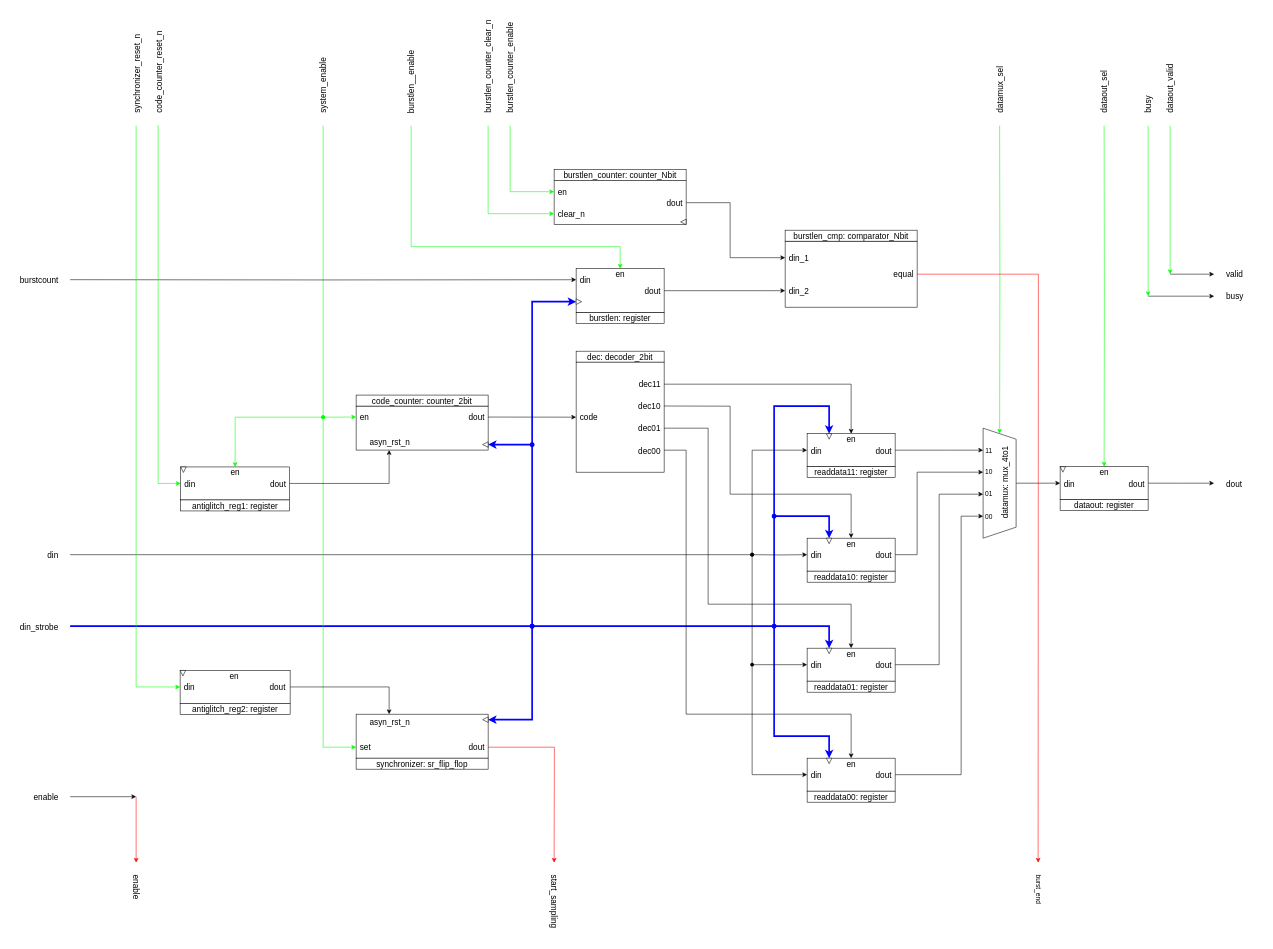
The draw.io diagram page "synchronizer: RTL" (4 of 5) of IP_cores/AvalonMM_to_hRAM/SSRAM_to_hRAM_v1/rtl/SSRAM_to_hRAM.drawio in AndreaBononi/IP_cores, before the edit. Source tidied: cells renumbered, new cells numbered last; positions are measured from the earlier drawing's top-left corner, leaving out a move shared by most shapes. Both pictures are drawn from the tidied source at 55%, with x=0, y=0 at pixel (9, 53).
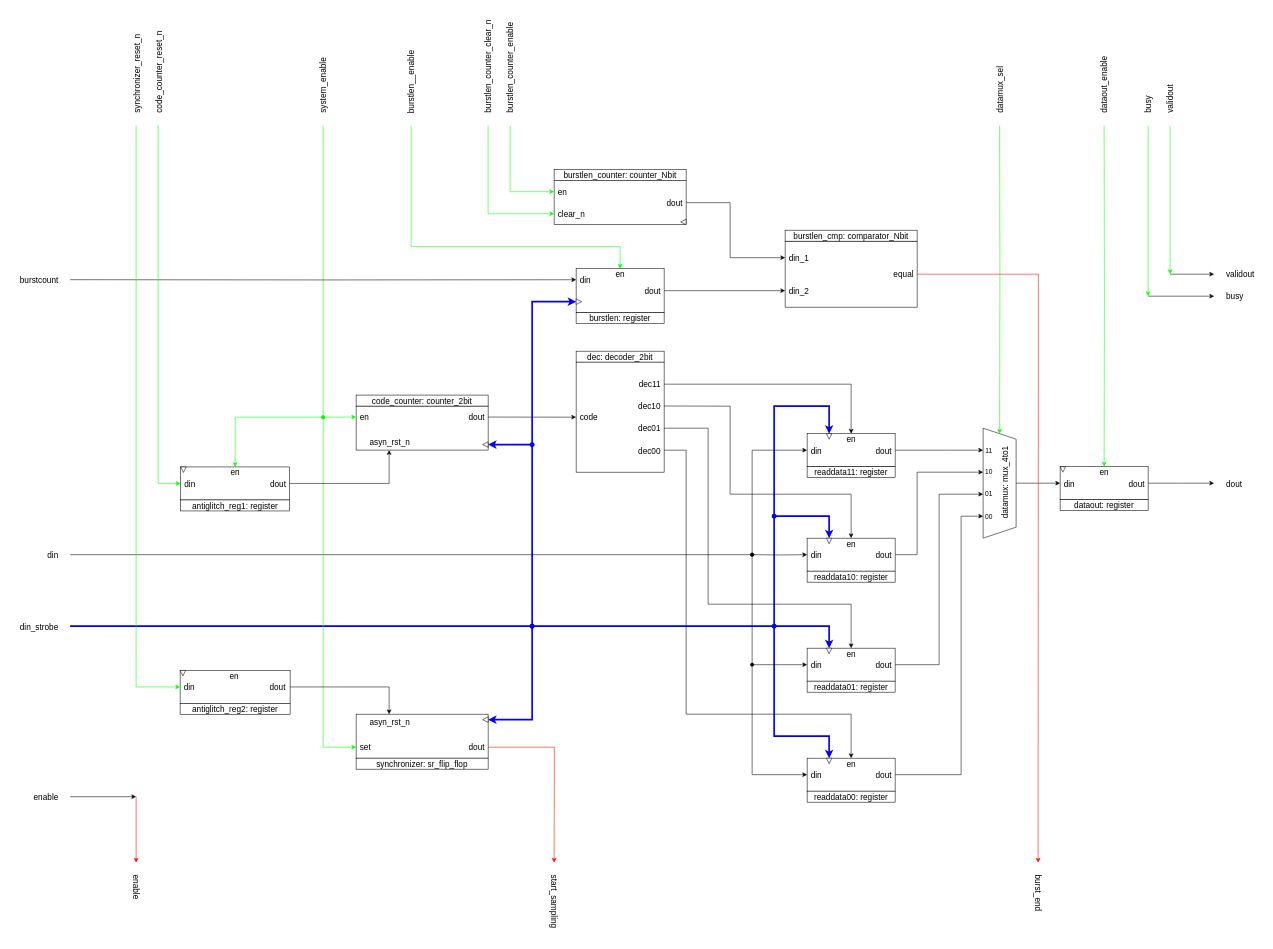
After the change.

Change to the diagram source:
```diff
@@
-    <mxCell id="85" value="&lt;font style=&quot;font-size: 15px;&quot;&gt;dataout_sel&lt;/font&gt;" style="text;html=1;align=left;verticalAlign=middle;strokeColor=none;fillColor=none;rotation=-90;" parent="1" vertex="1">
-      <mxGeometry x="1940" y="45" width="100" height="30" as="geometry" />
+    <mxCell id="85" value="&lt;font style=&quot;font-size: 15px;&quot;&gt;dataout_enable&lt;/font&gt;" style="text;html=1;align=left;verticalAlign=middle;strokeColor=none;fillColor=none;rotation=-90;" parent="1" vertex="1">
+      <mxGeometry x="1925" y="30" width="130" height="30" as="geometry" />
     </mxCell>
@@
-    <mxCell id="89" value="&lt;font style=&quot;font-size: 15px;&quot;&gt;valid&lt;/font&gt;" style="text;html=1;align=left;verticalAlign=middle;strokeColor=none;fillColor=none;" parent="1" vertex="1">
-      <mxGeometry x="2210" y="386" width="50" height="30" as="geometry" />
+    <mxCell id="89" value="&lt;font style=&quot;font-size: 15px;&quot;&gt;validout&lt;/font&gt;" style="text;html=1;align=left;verticalAlign=middle;strokeColor=none;fillColor=none;" parent="1" vertex="1">
+      <mxGeometry x="2210" y="386" width="70" height="30" as="geometry" />
     </mxCell>
-    <mxCell id="90" value="&lt;font style=&quot;font-size: 15px;&quot;&gt;dataout_valid&lt;/font&gt;" style="text;html=1;align=left;verticalAlign=middle;strokeColor=none;fillColor=none;rotation=-90;" parent="1" vertex="1">
-      <mxGeometry x="2055" y="40" width="110" height="30" as="geometry" />
+    <mxCell id="90" value="&lt;font style=&quot;font-size: 15px;&quot;&gt;validout&lt;/font&gt;" style="text;html=1;align=left;verticalAlign=middle;strokeColor=none;fillColor=none;rotation=-90;" parent="1" vertex="1">
+      <mxGeometry x="2074" y="60" width="70" height="30" as="geometry" />
     </mxCell>
@@
-    <mxCell id="115" value="burst_end" style="text;html=1;align=left;verticalAlign=middle;strokeColor=none;fillColor=none;rotation=90;" parent="1" vertex="1">
-      <mxGeometry x="1830" y="1516" width="80" height="30" as="geometry" />
+    <mxCell id="115" value="&lt;font style=&quot;font-size: 15px;&quot;&gt;burst_end&lt;/font&gt;" style="text;html=1;align=left;verticalAlign=middle;strokeColor=none;fillColor=none;rotation=90;" parent="1" vertex="1">
+      <mxGeometry x="1825" y="1521" width="90" height="30" as="geometry" />
     </mxCell>
```
